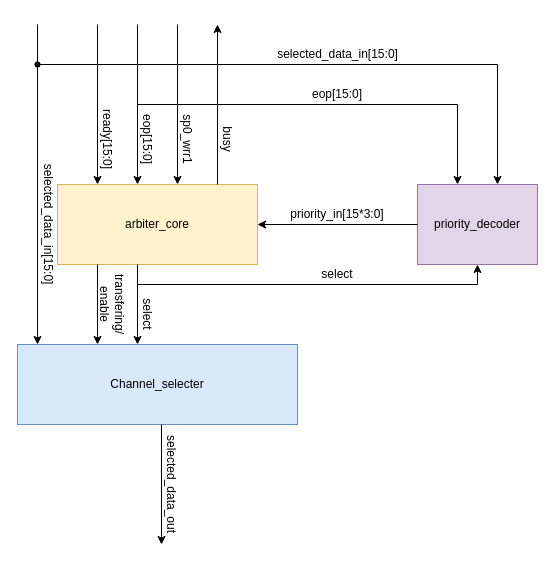
Above: system_blocks/write_arbiter_system_block.drawio in miilTgy/sram_ctl (draw.io), before the change. Source tidied: cells renumbered, new cells numbered last; positions are measured from the earlier drawing's top-left corner, leaving out a move shared by most shapes. Both pictures are drawn from the tidied source at 100%, with x=0, y=0 at pixel (-3, 24).
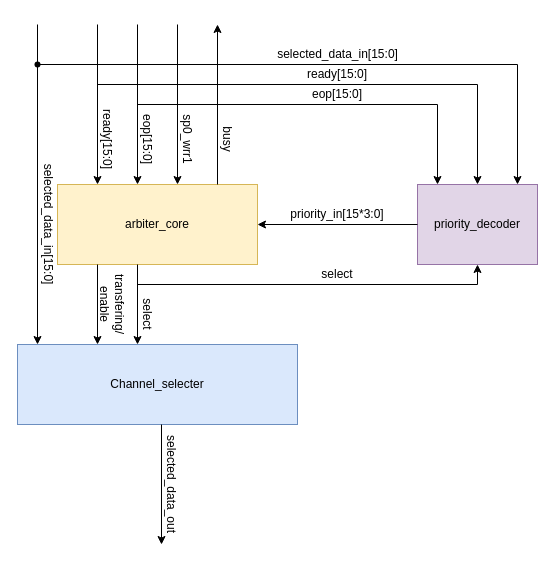
After the change.

Commit message (it also covers changes not shown here):
Modified write_arbiter_system_block.

The edit, as a diff of the source:
```diff
@@
     <mxCell id="19" style="endArrow=classic;html=1;rounded=0;" parent="1" edge="1">
       <mxGeometry relative="1" as="geometry">
         <mxPoint x="40" y="40" as="sourcePoint" />
-        <mxPoint x="500" y="160" as="targetPoint" />
+        <mxPoint x="520" y="160" as="targetPoint" />
         <Array as="points">
-          <mxPoint x="500" y="40" />
+          <mxPoint x="520" y="40" />
         </Array>
       </mxGeometry>
     </mxCell>
@@
     <mxCell id="26" style="endArrow=classic;html=1;rounded=0;" parent="1" edge="1">
       <mxGeometry relative="1" as="geometry">
         <mxPoint x="140" y="80" as="sourcePoint" />
-        <mxPoint x="460" y="160" as="targetPoint" />
+        <mxPoint x="440" y="160" as="targetPoint" />
         <Array as="points">
-          <mxPoint x="460" y="80" />
+          <mxPoint x="440" y="80" />
         </Array>
       </mxGeometry>
     </mxCell>
@@
+    <mxCell id="30" style="endArrow=classic;html=1;rounded=0;" parent="1" edge="1">
+      <mxGeometry relative="1" as="geometry">
+        <mxPoint x="100" y="60" as="sourcePoint" />
+        <mxPoint x="480" y="160" as="targetPoint" />
+        <Array as="points">
+          <mxPoint x="480" y="60" />
+        </Array>
+      </mxGeometry>
+    </mxCell>
+    <mxCell id="31" value="ready[15:0]" style="text;html=1;align=center;verticalAlign=middle;whiteSpace=wrap;rounded=0;rotation=0;" parent="1" vertex="1">
+      <mxGeometry x="310" y="35" width="60" height="30" as="geometry" />
+    </mxCell>
```
